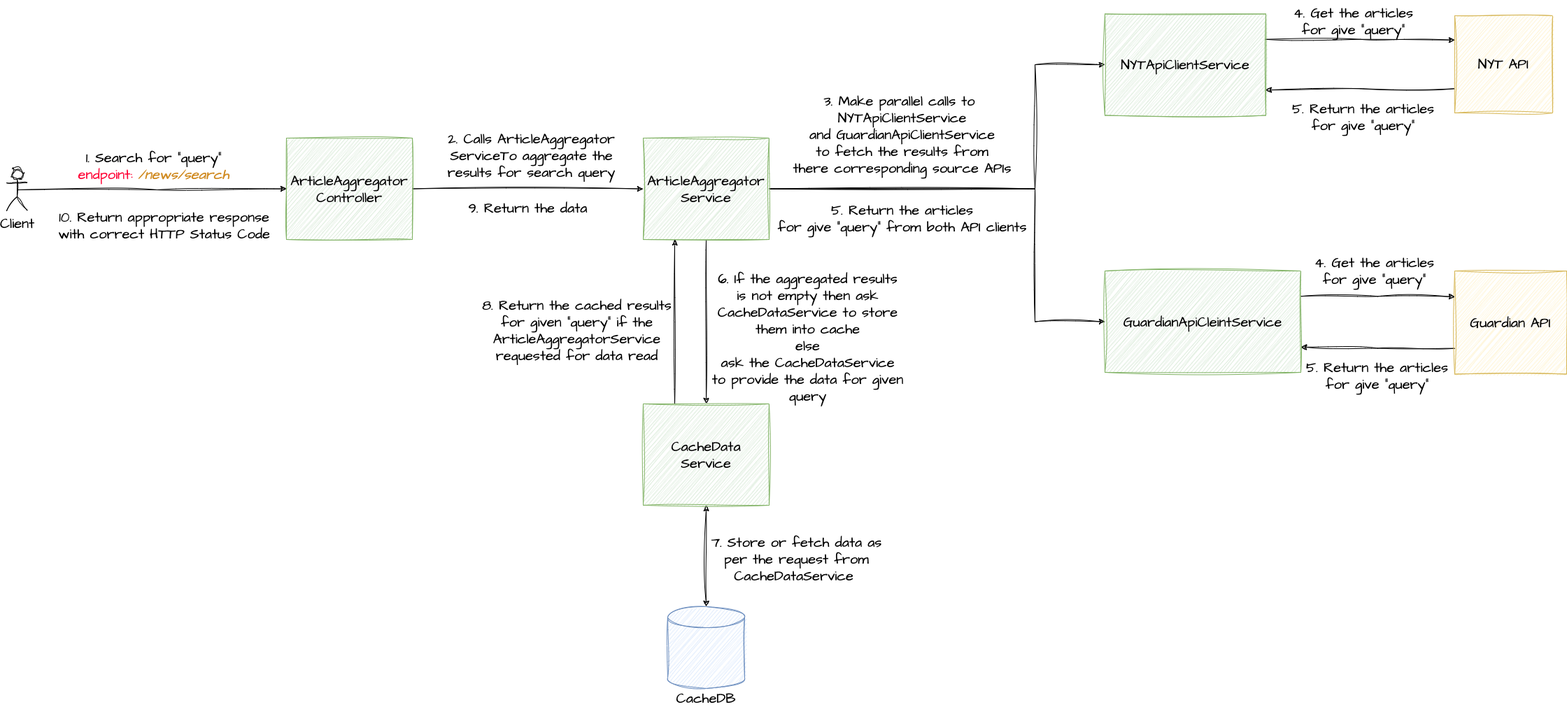
Above: DataFlowDiagramForNewsApp.png in manishK18/NYT-App-Backend (draw.io), before the change. Source tidied: cells renumbered, new cells last; positions are measured from the earlier drawing's top-left corner, leaving out a move shared by most shapes. The source it was exported from:
```xml
<mxGraphModel>
  <root>
    <mxCell id="0" />
    <mxCell id="1" parent="0" />
    <mxCell id="2" style="edgeStyle=orthogonalEdgeStyle;rounded=0;sketch=1;hachureGap=4;jiggle=2;curveFitting=1;jettySize=auto;html=1;exitX=0.5;exitY=0.5;exitDx=0;exitDy=0;exitPerimeter=0;entryX=0;entryY=0.5;entryDx=0;entryDy=0;fontFamily=Architects Daughter;fontSource=https%3A%2F%2Ffonts.googleapis.com%2Fcss%3Ffamily%3DArchitects%2BDaughter;fontSize=16;" parent="1" edge="1" source="3" target="11">
      <mxGeometry relative="1" as="geometry" />
    </mxCell>
    <mxCell id="3" value="Client" style="shape=umlActor;verticalLabelPosition=bottom;verticalAlign=top;html=1;outlineConnect=0;sketch=1;hachureGap=4;jiggle=2;curveFitting=1;fontFamily=Architects Daughter;fontSource=https%3A%2F%2Ffonts.googleapis.com%2Fcss%3Ffamily%3DArchitects%2BDaughter;fontSize=20;" parent="1" vertex="1">
      <mxGeometry y="241" width="30" height="60" as="geometry" />
    </mxCell>
    <mxCell id="4" style="edgeStyle=orthogonalEdgeStyle;rounded=0;sketch=1;hachureGap=4;jiggle=2;curveFitting=1;jettySize=auto;html=1;exitX=0;exitY=0.75;exitDx=0;exitDy=0;entryX=1;entryY=0.75;entryDx=0;entryDy=0;fontFamily=Architects Daughter;fontSource=https%3A%2F%2Ffonts.googleapis.com%2Fcss%3Ffamily%3DArchitects%2BDaughter;fontSize=16;" parent="1" edge="1" source="5" target="20">
      <mxGeometry relative="1" as="geometry" />
    </mxCell>
    <mxCell id="5" value="NYT API" style="rounded=0;whiteSpace=wrap;html=1;sketch=1;hachureGap=4;jiggle=2;curveFitting=1;fontFamily=Architects Daughter;fontSource=https%3A%2F%2Ffonts.googleapis.com%2Fcss%3Ffamily%3DArchitects%2BDaughter;fontSize=20;fillColor=#fff2cc;strokeColor=#d6b656;" parent="1" vertex="1">
      <mxGeometry x="2070" y="22" width="140" height="139" as="geometry" />
    </mxCell>
    <mxCell id="6" style="edgeStyle=orthogonalEdgeStyle;rounded=0;sketch=1;hachureGap=4;jiggle=2;curveFitting=1;jettySize=auto;html=1;exitX=0;exitY=0.75;exitDx=0;exitDy=0;entryX=1;entryY=0.75;entryDx=0;entryDy=0;fontFamily=Architects Daughter;fontSource=https%3A%2F%2Ffonts.googleapis.com%2Fcss%3Ffamily%3DArchitects%2BDaughter;fontSize=16;" parent="1" edge="1" source="7" target="22">
      <mxGeometry relative="1" as="geometry" />
    </mxCell>
    <mxCell id="7" value="Guardian API" style="rounded=0;whiteSpace=wrap;html=1;sketch=1;hachureGap=4;jiggle=2;curveFitting=1;fontFamily=Architects Daughter;fontSource=https%3A%2F%2Ffonts.googleapis.com%2Fcss%3Ffamily%3DArchitects%2BDaughter;fontSize=20;fillColor=#fff2cc;strokeColor=#d6b656;" parent="1" vertex="1">
      <mxGeometry x="2070" y="387" width="160" height="147.5" as="geometry" />
    </mxCell>
    <mxCell id="8" value="&lt;br&gt;&lt;br&gt;&lt;br&gt;&lt;br&gt;&lt;br&gt;CacheDB" style="shape=cylinder3;whiteSpace=wrap;html=1;boundedLbl=1;backgroundOutline=1;size=15;sketch=1;hachureGap=4;jiggle=2;curveFitting=1;fontFamily=Architects Daughter;fontSource=https%3A%2F%2Ffonts.googleapis.com%2Fcss%3Ffamily%3DArchitects%2BDaughter;fontSize=20;fillColor=#dae8fc;strokeColor=#6c8ebf;" parent="1" vertex="1">
      <mxGeometry x="945" y="867" width="110" height="117" as="geometry" />
    </mxCell>
    <mxCell id="9" value="1. Search for &quot;query&quot;&lt;br&gt;&lt;font color=&quot;#ff0537&quot;&gt;endpoint&lt;b&gt;:&lt;/b&gt;&lt;/font&gt; &lt;i&gt;&lt;font color=&quot;#d18d26&quot;&gt;/news/search&lt;/font&gt;&lt;/i&gt;" style="text;html=1;align=center;verticalAlign=middle;strokeColor=none;fillColor=none;fontSize=20;fontFamily=Architects Daughter;" parent="1" vertex="1">
      <mxGeometry x="90" y="207" width="240" height="60" as="geometry" />
    </mxCell>
    <mxCell id="10" style="edgeStyle=orthogonalEdgeStyle;rounded=0;sketch=1;hachureGap=4;jiggle=2;curveFitting=1;jettySize=auto;html=1;exitX=1;exitY=0.5;exitDx=0;exitDy=0;fontFamily=Architects Daughter;fontSource=https%3A%2F%2Ffonts.googleapis.com%2Fcss%3Ffamily%3DArchitects%2BDaughter;fontSize=16;" parent="1" edge="1" source="11" target="15">
      <mxGeometry relative="1" as="geometry" />
    </mxCell>
    <mxCell id="11" value="ArticleAggregator&lt;br&gt;Controller" style="rounded=0;whiteSpace=wrap;html=1;sketch=1;hachureGap=4;jiggle=2;curveFitting=1;fontFamily=Architects Daughter;fontSource=https%3A%2F%2Ffonts.googleapis.com%2Fcss%3Ffamily%3DArchitects%2BDaughter;fontSize=20;fillColor=#d5e8d4;strokeColor=#82b366;" parent="1" vertex="1">
      <mxGeometry x="400" y="197" width="180" height="145" as="geometry" />
    </mxCell>
    <mxCell id="12" style="edgeStyle=orthogonalEdgeStyle;rounded=0;sketch=1;hachureGap=4;jiggle=2;curveFitting=1;jettySize=auto;html=1;exitX=1;exitY=0.5;exitDx=0;exitDy=0;entryX=0;entryY=0.5;entryDx=0;entryDy=0;fontFamily=Architects Daughter;fontSource=https%3A%2F%2Ffonts.googleapis.com%2Fcss%3Ffamily%3DArchitects%2BDaughter;fontSize=16;" parent="1" edge="1" source="15" target="20">
      <mxGeometry relative="1" as="geometry">
        <Array as="points">
          <mxPoint x="1470" y="269" />
          <mxPoint x="1470" y="92" />
        </Array>
      </mxGeometry>
    </mxCell>
    <mxCell id="13" style="edgeStyle=orthogonalEdgeStyle;rounded=0;sketch=1;hachureGap=4;jiggle=2;curveFitting=1;jettySize=auto;html=1;exitX=1;exitY=0.5;exitDx=0;exitDy=0;entryX=0;entryY=0.5;entryDx=0;entryDy=0;fontFamily=Architects Daughter;fontSource=https%3A%2F%2Ffonts.googleapis.com%2Fcss%3Ffamily%3DArchitects%2BDaughter;fontSize=16;" parent="1" edge="1" source="15" target="22">
      <mxGeometry relative="1" as="geometry">
        <Array as="points">
          <mxPoint x="1470" y="269" />
          <mxPoint x="1470" y="459" />
        </Array>
      </mxGeometry>
    </mxCell>
    <mxCell id="14" style="edgeStyle=orthogonalEdgeStyle;rounded=0;sketch=1;hachureGap=4;jiggle=2;curveFitting=1;jettySize=auto;html=1;exitX=0.5;exitY=1;exitDx=0;exitDy=0;entryX=0.5;entryY=0;entryDx=0;entryDy=0;fontFamily=Architects Daughter;fontSource=https%3A%2F%2Ffonts.googleapis.com%2Fcss%3Ffamily%3DArchitects%2BDaughter;fontSize=16;" parent="1" edge="1" source="15" target="18">
      <mxGeometry relative="1" as="geometry" />
    </mxCell>
    <mxCell id="15" value="ArticleAggregator&lt;br&gt;Service" style="rounded=0;whiteSpace=wrap;html=1;sketch=1;hachureGap=4;jiggle=2;curveFitting=1;fontFamily=Architects Daughter;fontSource=https%3A%2F%2Ffonts.googleapis.com%2Fcss%3Ffamily%3DArchitects%2BDaughter;fontSize=20;fillColor=#d5e8d4;strokeColor=#82b366;" parent="1" vertex="1">
      <mxGeometry x="910" y="197" width="180" height="145" as="geometry" />
    </mxCell>
    <mxCell id="16" style="edgeStyle=orthogonalEdgeStyle;rounded=0;sketch=1;hachureGap=4;jiggle=2;curveFitting=1;jettySize=auto;html=1;exitX=0.25;exitY=0;exitDx=0;exitDy=0;entryX=0.25;entryY=1;entryDx=0;entryDy=0;fontFamily=Architects Daughter;fontSource=https%3A%2F%2Ffonts.googleapis.com%2Fcss%3Ffamily%3DArchitects%2BDaughter;fontSize=16;" parent="1" edge="1" source="18" target="15">
      <mxGeometry relative="1" as="geometry" />
    </mxCell>
    <mxCell id="17" style="edgeStyle=orthogonalEdgeStyle;rounded=0;sketch=1;hachureGap=4;jiggle=2;curveFitting=1;jettySize=auto;html=1;exitX=0.5;exitY=1;exitDx=0;exitDy=0;entryX=0.5;entryY=0;entryDx=0;entryDy=0;entryPerimeter=0;fontFamily=Architects Daughter;fontSource=https%3A%2F%2Ffonts.googleapis.com%2Fcss%3Ffamily%3DArchitects%2BDaughter;fontSize=16;strokeColor=default;startArrow=classic;startFill=1;" parent="1" edge="1" source="18" target="8">
      <mxGeometry relative="1" as="geometry" />
    </mxCell>
    <mxCell id="18" value="CacheData&lt;br&gt;Service" style="rounded=0;whiteSpace=wrap;html=1;sketch=1;hachureGap=4;jiggle=2;curveFitting=1;fontFamily=Architects Daughter;fontSource=https%3A%2F%2Ffonts.googleapis.com%2Fcss%3Ffamily%3DArchitects%2BDaughter;fontSize=20;fillColor=#d5e8d4;strokeColor=#82b366;" parent="1" vertex="1">
      <mxGeometry x="910" y="577" width="180" height="145" as="geometry" />
    </mxCell>
    <mxCell id="19" style="edgeStyle=orthogonalEdgeStyle;rounded=0;sketch=1;hachureGap=4;jiggle=2;curveFitting=1;jettySize=auto;html=1;exitX=1;exitY=0.25;exitDx=0;exitDy=0;entryX=0;entryY=0.25;entryDx=0;entryDy=0;fontFamily=Architects Daughter;fontSource=https%3A%2F%2Ffonts.googleapis.com%2Fcss%3Ffamily%3DArchitects%2BDaughter;fontSize=16;" parent="1" edge="1" source="20" target="5">
      <mxGeometry relative="1" as="geometry" />
    </mxCell>
    <mxCell id="20" value="NYTApiClientService" style="rounded=0;whiteSpace=wrap;html=1;sketch=1;hachureGap=4;jiggle=2;curveFitting=1;fontFamily=Architects Daughter;fontSource=https%3A%2F%2Ffonts.googleapis.com%2Fcss%3Ffamily%3DArchitects%2BDaughter;fontSize=20;fillColor=#d5e8d4;strokeColor=#82b366;" parent="1" vertex="1">
      <mxGeometry x="1570" y="19.5" width="230" height="145" as="geometry" />
    </mxCell>
    <mxCell id="21" style="edgeStyle=orthogonalEdgeStyle;rounded=0;sketch=1;hachureGap=4;jiggle=2;curveFitting=1;jettySize=auto;html=1;exitX=1;exitY=0.25;exitDx=0;exitDy=0;entryX=0;entryY=0.25;entryDx=0;entryDy=0;fontFamily=Architects Daughter;fontSource=https%3A%2F%2Ffonts.googleapis.com%2Fcss%3Ffamily%3DArchitects%2BDaughter;fontSize=16;" parent="1" edge="1" source="22" target="7">
      <mxGeometry relative="1" as="geometry" />
    </mxCell>
    <mxCell id="22" value="GuardianApiCleintService" style="rounded=0;whiteSpace=wrap;html=1;sketch=1;hachureGap=4;jiggle=2;curveFitting=1;fontFamily=Architects Daughter;fontSource=https%3A%2F%2Ffonts.googleapis.com%2Fcss%3Ffamily%3DArchitects%2BDaughter;fontSize=20;fillColor=#d5e8d4;strokeColor=#82b366;" parent="1" vertex="1">
      <mxGeometry x="1570" y="387" width="280" height="145" as="geometry" />
    </mxCell>
    <mxCell id="23" value="2. Calls ArticleAggregator &lt;br&gt;ServiceTo aggregate the &lt;br&gt;results for search query" style="text;html=1;align=center;verticalAlign=middle;strokeColor=none;fillColor=none;fontSize=20;fontFamily=Architects Daughter;" parent="1" vertex="1">
      <mxGeometry x="620" y="177" width="260" height="90" as="geometry" />
    </mxCell>
    <mxCell id="24" value="3. Make parallel calls to&amp;nbsp;&lt;br&gt;NYTApiClientService&lt;br&gt;and GuardianApiClientService&lt;br&gt;to fetch the results from&lt;br&gt;there corresponding source APIs" style="text;html=1;align=center;verticalAlign=middle;strokeColor=none;fillColor=none;fontSize=20;fontFamily=Architects Daughter;" parent="1" vertex="1">
      <mxGeometry x="1110" y="127" width="340" height="130" as="geometry" />
    </mxCell>
    <mxCell id="25" value="4. Get the articles &lt;br&gt;for give &quot;query&quot;" style="text;html=1;align=center;verticalAlign=middle;strokeColor=none;fillColor=none;fontSize=20;fontFamily=Architects Daughter;" parent="1" vertex="1">
      <mxGeometry x="1830" width="190" height="60" as="geometry" />
    </mxCell>
    <mxCell id="26" value="4. Get the articles &lt;br&gt;for give &quot;query&quot;" style="text;html=1;align=center;verticalAlign=middle;strokeColor=none;fillColor=none;fontSize=20;fontFamily=Architects Daughter;" parent="1" vertex="1">
      <mxGeometry x="1860" y="357" width="190" height="60" as="geometry" />
    </mxCell>
    <mxCell id="27" value="5. Return the articles &lt;br&gt;for give &quot;query&quot;" style="text;html=1;align=center;verticalAlign=middle;strokeColor=none;fillColor=none;fontSize=20;fontFamily=Architects Daughter;" parent="1" vertex="1">
      <mxGeometry x="1824" y="137" width="230" height="60" as="geometry" />
    </mxCell>
    <mxCell id="28" value="5. Return the articles &lt;br&gt;for give &quot;query&quot;" style="text;html=1;align=center;verticalAlign=middle;strokeColor=none;fillColor=none;fontSize=20;fontFamily=Architects Daughter;" parent="1" vertex="1">
      <mxGeometry x="1844" y="507" width="230" height="60" as="geometry" />
    </mxCell>
    <mxCell id="29" value="5. Return the articles &lt;br&gt;for give &quot;query&quot; from both API clients" style="text;html=1;align=center;verticalAlign=middle;strokeColor=none;fillColor=none;fontSize=20;fontFamily=Architects Daughter;" parent="1" vertex="1">
      <mxGeometry x="1090" y="282" width="380" height="60" as="geometry" />
    </mxCell>
    <mxCell id="30" value="6. If the aggregated results&lt;br&gt;is not empty then ask &lt;br&gt;CacheDataService to store&lt;br&gt;them into cache &lt;br&gt;else&lt;br&gt;ask the CacheDataService&lt;br&gt;to provide the data for given&lt;br&gt;query" style="text;html=1;align=center;verticalAlign=middle;strokeColor=none;fillColor=none;fontSize=20;fontFamily=Architects Daughter;" parent="1" vertex="1">
      <mxGeometry x="995" y="377" width="300" height="210" as="geometry" />
    </mxCell>
    <mxCell id="31" value="7. Store or fetch data as &lt;br&gt;per the request from &lt;br&gt;CacheDataService&amp;nbsp;" style="text;html=1;align=center;verticalAlign=middle;strokeColor=none;fillColor=none;fontSize=20;fontFamily=Architects Daughter;" parent="1" vertex="1">
      <mxGeometry x="994" y="754" width="270" height="90" as="geometry" />
    </mxCell>
    <mxCell id="32" value="8. Return the cached results&lt;br&gt;for given &quot;query&quot; if the &lt;br&gt;ArticleAggregatorService &lt;br&gt;requested for data read" style="text;html=1;align=center;verticalAlign=middle;strokeColor=none;fillColor=none;fontSize=20;fontFamily=Architects Daughter;" parent="1" vertex="1">
      <mxGeometry x="670" y="417" width="290" height="110" as="geometry" />
    </mxCell>
    <mxCell id="33" value="9. Return the data" style="text;html=1;align=center;verticalAlign=middle;strokeColor=none;fillColor=none;fontSize=20;fontFamily=Architects Daughter;" parent="1" vertex="1">
      <mxGeometry x="650" y="277" width="190" height="40" as="geometry" />
    </mxCell>
    <mxCell id="34" value="10. Return appropriate response &lt;br&gt;with correct HTTP Status Code" style="text;html=1;align=center;verticalAlign=middle;strokeColor=none;fillColor=none;fontSize=20;fontFamily=Architects Daughter;" parent="1" vertex="1">
      <mxGeometry x="60" y="292" width="330" height="60" as="geometry" />
    </mxCell>
  </root>
</mxGraphModel>
```
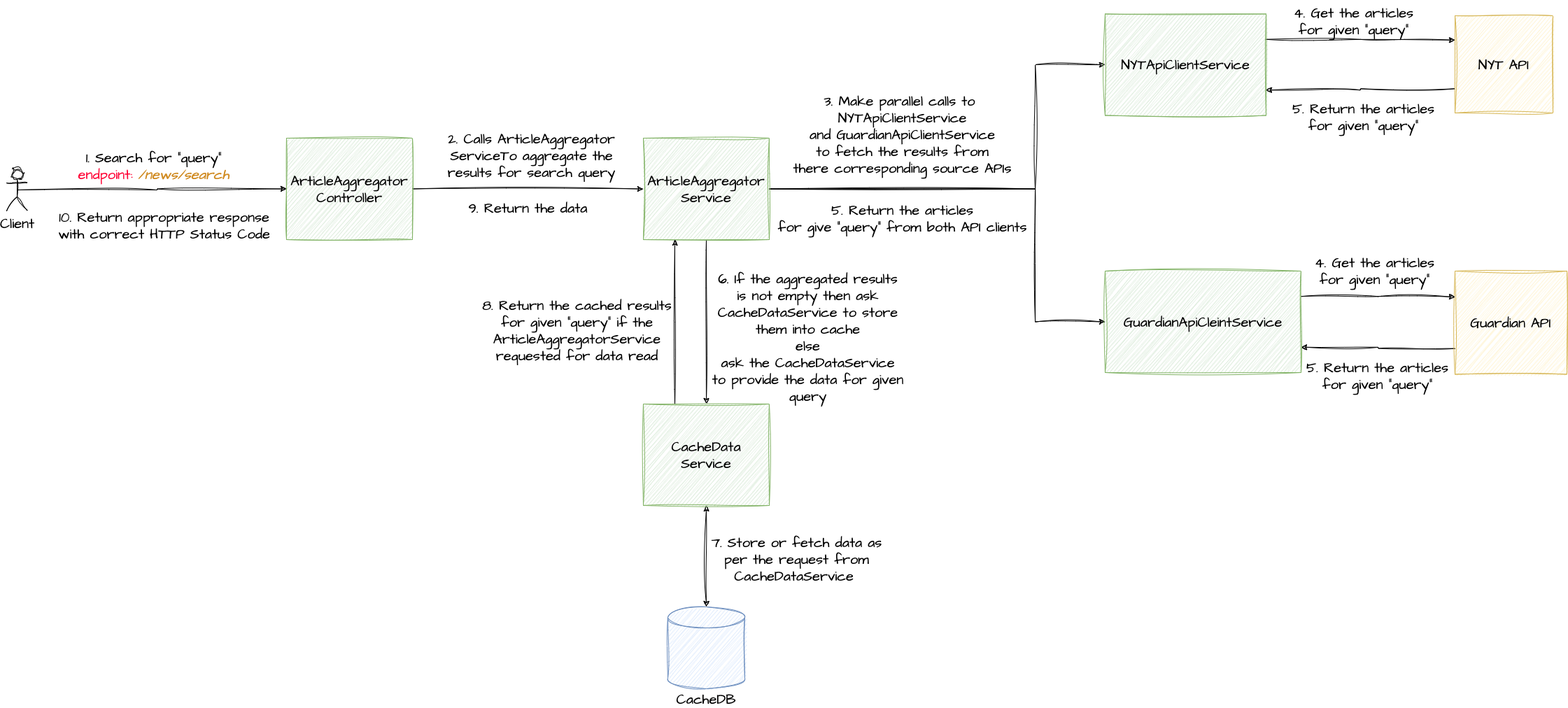
The same file after the commit.

The edit, as a diff of the source:
```diff
@@ -81,16 +81,16 @@
     <mxCell id="24" value="3. Make parallel calls to&amp;nbsp;&lt;br&gt;NYTApiClientService&lt;br&gt;and GuardianApiClientService&lt;br&gt;to fetch the results from&lt;br&gt;there corresponding source APIs" style="text;html=1;align=center;verticalAlign=middle;strokeColor=none;fillColor=none;fontSize=20;fontFamily=Architects Daughter;" parent="1" vertex="1">
       <mxGeometry x="1110" y="127" width="340" height="130" as="geometry" />
     </mxCell>
-    <mxCell id="25" value="4. Get the articles &lt;br&gt;for give &quot;query&quot;" style="text;html=1;align=center;verticalAlign=middle;strokeColor=none;fillColor=none;fontSize=20;fontFamily=Architects Daughter;" parent="1" vertex="1">
+    <mxCell id="25" value="4. Get the articles &lt;br&gt;for given &quot;query&quot;" style="text;html=1;align=center;verticalAlign=middle;strokeColor=none;fillColor=none;fontSize=20;fontFamily=Architects Daughter;" parent="1" vertex="1">
       <mxGeometry x="1830" width="190" height="60" as="geometry" />
     </mxCell>
-    <mxCell id="26" value="4. Get the articles &lt;br&gt;for give &quot;query&quot;" style="text;html=1;align=center;verticalAlign=middle;strokeColor=none;fillColor=none;fontSize=20;fontFamily=Architects Daughter;" parent="1" vertex="1">
+    <mxCell id="26" value="4. Get the articles &lt;br&gt;for given &quot;query&quot;" style="text;html=1;align=center;verticalAlign=middle;strokeColor=none;fillColor=none;fontSize=20;fontFamily=Architects Daughter;" parent="1" vertex="1">
       <mxGeometry x="1860" y="357" width="190" height="60" as="geometry" />
     </mxCell>
-    <mxCell id="27" value="5. Return the articles &lt;br&gt;for give &quot;query&quot;" style="text;html=1;align=center;verticalAlign=middle;strokeColor=none;fillColor=none;fontSize=20;fontFamily=Architects Daughter;" parent="1" vertex="1">
+    <mxCell id="27" value="5. Return the articles &lt;br&gt;for given &quot;query&quot;" style="text;html=1;align=center;verticalAlign=middle;strokeColor=none;fillColor=none;fontSize=20;fontFamily=Architects Daughter;" parent="1" vertex="1">
       <mxGeometry x="1824" y="137" width="230" height="60" as="geometry" />
     </mxCell>
-    <mxCell id="28" value="5. Return the articles &lt;br&gt;for give &quot;query&quot;" style="text;html=1;align=center;verticalAlign=middle;strokeColor=none;fillColor=none;fontSize=20;fontFamily=Architects Daughter;" parent="1" vertex="1">
+    <mxCell id="28" value="5. Return the articles &lt;br&gt;for given &quot;query&quot;" style="text;html=1;align=center;verticalAlign=middle;strokeColor=none;fillColor=none;fontSize=20;fontFamily=Architects Daughter;" parent="1" vertex="1">
       <mxGeometry x="1844" y="507" width="230" height="60" as="geometry" />
     </mxCell>
     <mxCell id="29" value="5. Return the articles &lt;br&gt;for give &quot;query&quot; from both API clients" style="text;html=1;align=center;verticalAlign=middle;strokeColor=none;fillColor=none;fontSize=20;fontFamily=Architects Daughter;" parent="1" vertex="1">
```
